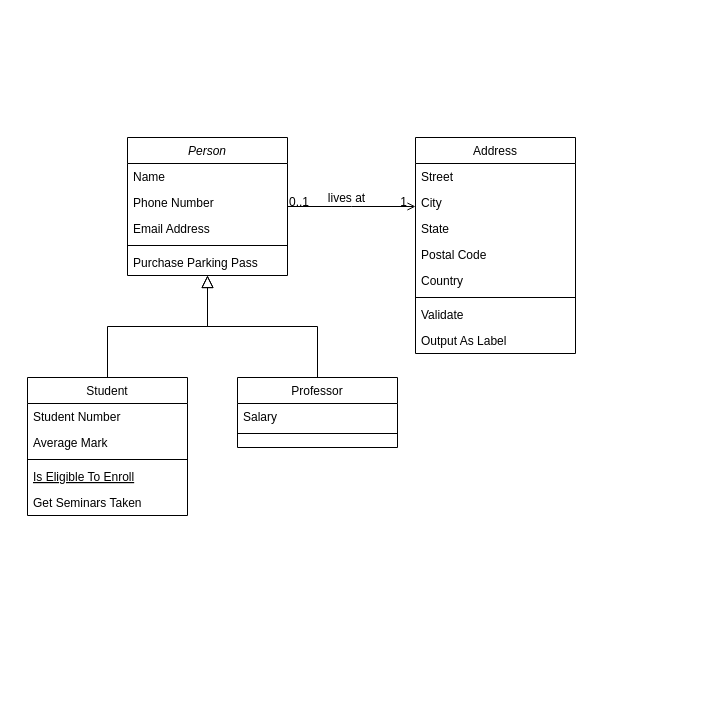
lileilai/MyBlog keeps this draw.io diagram as 未命名绘图.drawio. Above is the earlier version. Source tidied: cells renumbered, new cells numbered last; positions are measured from the earlier drawing's top-left corner, leaving out a move shared by most shapes. Both pictures are drawn from the tidied source at 100%, with x=0, y=0 at pixel (27, 137).
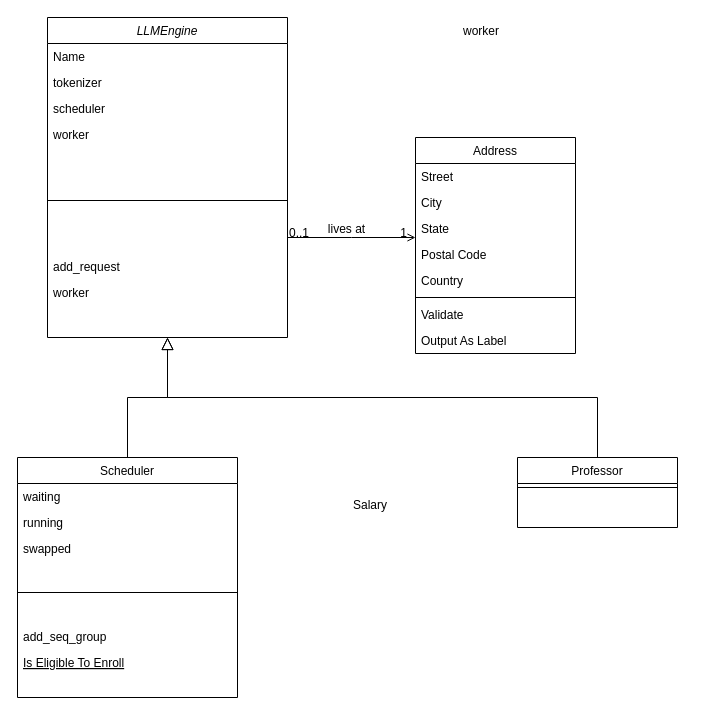
Above is the later version.

The edit, as a diff of the source:
```diff
@@
-    <mxCell id="2" value="Person" style="swimlane;fontStyle=2;align=center;verticalAlign=top;horizontal=1;startSize=26;rounded=0;shadow=0;strokeWidth=1;" parent="1" vertex="1">
-      <mxGeometry x="100" width="160" height="138" as="geometry" />
+    <mxCell id="2" value="LLMEngine" style="swimlane;fontStyle=2;align=center;verticalAlign=top;horizontal=1;startSize=26;rounded=0;shadow=0;strokeWidth=1;" parent="1" vertex="1">
+      <mxGeometry x="20" y="-120" width="240" height="320" as="geometry" />
     </mxCell>
     <mxCell id="3" value="Name" style="text;align=left;verticalAlign=top;spacingLeft=4;spacingRight=4;overflow=hidden;" parent="2" vertex="1">
-      <mxGeometry y="26" width="160" height="26" as="geometry" />
+      <mxGeometry y="26" width="240" height="26" as="geometry" />
     </mxCell>
-    <mxCell id="4" value="Phone Number" style="text;align=left;verticalAlign=top;spacingLeft=4;spacingRight=4;overflow=hidden;rounded=0;shadow=0;html=0;" parent="2" vertex="1">
-      <mxGeometry y="52" width="160" height="26" as="geometry" />
+    <mxCell id="4" value="tokenizer" style="text;align=left;verticalAlign=top;spacingLeft=4;spacingRight=4;overflow=hidden;rounded=0;shadow=0;html=0;" parent="2" vertex="1">
+      <mxGeometry y="52" width="240" height="26" as="geometry" />
     </mxCell>
-    <mxCell id="5" value="Email Address" style="text;align=left;verticalAlign=top;spacingLeft=4;spacingRight=4;overflow=hidden;rounded=0;shadow=0;html=0;" parent="2" vertex="1">
-      <mxGeometry y="78" width="160" height="26" as="geometry" />
+    <mxCell id="5" value="scheduler" style="text;align=left;verticalAlign=top;spacingLeft=4;spacingRight=4;overflow=hidden;rounded=0;shadow=0;html=0;" parent="2" vertex="1">
+      <mxGeometry y="78" width="240" height="26" as="geometry" />
     </mxCell>
+    <mxCell id="32" value="worker&#10;" style="text;align=left;verticalAlign=top;spacingLeft=4;spacingRight=4;overflow=hidden;rounded=0;shadow=0;html=0;" parent="2" vertex="1">
+      <mxGeometry y="104" width="240" height="26" as="geometry" />
+    </mxCell>
     <mxCell id="6" style="line;html=1;strokeWidth=1;align=left;verticalAlign=middle;spacingTop=-1;spacingLeft=3;spacingRight=3;labelPosition=right;" parent="2" vertex="1">
-      <mxGeometry y="104" width="160" height="8" as="geometry" />
+      <mxGeometry y="130" width="240" height="106" as="geometry" />
     </mxCell>
-    <mxCell id="7" value="Purchase Parking Pass" style="text;align=left;verticalAlign=top;spacingLeft=4;spacingRight=4;overflow=hidden;" parent="2" vertex="1">
-      <mxGeometry y="112" width="160" height="26" as="geometry" />
-    </mxCell>
+    <mxCell id="33" value="add_request" style="text;align=left;verticalAlign=top;spacingLeft=4;spacingRight=4;overflow=hidden;rounded=0;shadow=0;html=0;" parent="2" vertex="1">
+      <mxGeometry y="236" width="240" height="26" as="geometry" />
+    </mxCell>
+    <mxCell id="34" value="worker&#10;" style="text;align=left;verticalAlign=top;spacingLeft=4;spacingRight=4;overflow=hidden;rounded=0;shadow=0;html=0;" parent="2" vertex="1">
+      <mxGeometry y="262" width="240" height="26" as="geometry" />
+    </mxCell>
-    <mxCell id="8" value="Student" style="swimlane;fontStyle=0;align=center;verticalAlign=top;horizontal=1;startSize=26;rounded=0;shadow=0;strokeWidth=1;" parent="1" vertex="1">
-      <mxGeometry y="240" width="160" height="138" as="geometry" />
+    <mxCell id="8" value="Scheduler" style="swimlane;fontStyle=0;align=center;verticalAlign=top;horizontal=1;startSize=26;rounded=0;shadow=0;strokeWidth=1;" parent="1" vertex="1">
+      <mxGeometry x="-10" y="320" width="220" height="240" as="geometry" />
     </mxCell>
-    <mxCell id="9" value="Student Number" style="text;align=left;verticalAlign=top;spacingLeft=4;spacingRight=4;overflow=hidden;" parent="8" vertex="1">
-      <mxGeometry y="26" width="160" height="26" as="geometry" />
+    <mxCell id="9" value="waiting" style="text;align=left;verticalAlign=top;spacingLeft=4;spacingRight=4;overflow=hidden;" parent="8" vertex="1">
+      <mxGeometry y="26" width="220" height="26" as="geometry" />
     </mxCell>
-    <mxCell id="10" value="Average Mark" style="text;align=left;verticalAlign=top;spacingLeft=4;spacingRight=4;overflow=hidden;rounded=0;shadow=0;html=0;" parent="8" vertex="1">
-      <mxGeometry y="52" width="160" height="26" as="geometry" />
+    <mxCell id="10" value="running" style="text;align=left;verticalAlign=top;spacingLeft=4;spacingRight=4;overflow=hidden;rounded=0;shadow=0;html=0;" parent="8" vertex="1">
+      <mxGeometry y="52" width="220" height="26" as="geometry" />
     </mxCell>
+    <mxCell id="35" value="swapped" style="text;align=left;verticalAlign=top;spacingLeft=4;spacingRight=4;overflow=hidden;rounded=0;shadow=0;html=0;" parent="8" vertex="1">
+      <mxGeometry y="78" width="220" height="26" as="geometry" />
+    </mxCell>
     <mxCell id="11" style="line;html=1;strokeWidth=1;align=left;verticalAlign=middle;spacingTop=-1;spacingLeft=3;spacingRight=3;labelPosition=right;" parent="8" vertex="1">
-      <mxGeometry y="78" width="160" height="8" as="geometry" />
+      <mxGeometry y="104" width="220" height="62" as="geometry" />
     </mxCell>
+    <mxCell id="13" value="add_seq_group" style="text;align=left;verticalAlign=top;spacingLeft=4;spacingRight=4;overflow=hidden;" parent="8" vertex="1">
+      <mxGeometry y="166" width="220" height="26" as="geometry" />
+    </mxCell>
     <mxCell id="12" value="Is Eligible To Enroll" style="text;align=left;verticalAlign=top;spacingLeft=4;spacingRight=4;overflow=hidden;fontStyle=4;" parent="8" vertex="1">
-      <mxGeometry y="86" width="160" height="26" as="geometry" />
+      <mxGeometry y="192" width="220" height="48" as="geometry" />
     </mxCell>
-    <mxCell id="13" value="Get Seminars Taken" style="text;align=left;verticalAlign=top;spacingLeft=4;spacingRight=4;overflow=hidden;" parent="8" vertex="1">
-      <mxGeometry y="112" width="160" height="26" as="geometry" />
-    </mxCell>
@@
     <mxCell id="15" value="Professor" style="swimlane;fontStyle=0;align=center;verticalAlign=top;horizontal=1;startSize=26;rounded=0;shadow=0;strokeWidth=1;" parent="1" vertex="1">
-      <mxGeometry x="210" y="240" width="160" height="70" as="geometry" />
+      <mxGeometry x="490" y="320" width="160" height="70" as="geometry" />
     </mxCell>
-    <mxCell id="16" value="Salary" style="text;align=left;verticalAlign=top;spacingLeft=4;spacingRight=4;overflow=hidden;" parent="15" vertex="1">
-      <mxGeometry y="26" width="160" height="26" as="geometry" />
-    </mxCell>
     <mxCell id="17" style="line;html=1;strokeWidth=1;align=left;verticalAlign=middle;spacingTop=-1;spacingLeft=3;spacingRight=3;labelPosition=right;" parent="15" vertex="1">
-      <mxGeometry y="52" width="160" height="8" as="geometry" />
+      <mxGeometry y="26" width="160" height="8" as="geometry" />
     </mxCell>
@@
+    <mxCell id="36" value="worker&#10;" style="text;align=left;verticalAlign=top;spacingLeft=4;spacingRight=4;overflow=hidden;rounded=0;shadow=0;html=0;" parent="1" vertex="1">
+      <mxGeometry x="430" y="-120" width="240" height="26" as="geometry" />
+    </mxCell>
+    <mxCell id="16" value="Salary" style="text;align=left;verticalAlign=top;spacingLeft=4;spacingRight=4;overflow=hidden;" parent="1" vertex="1">
+      <mxGeometry x="320" y="354" width="160" height="26" as="geometry" />
+    </mxCell>
```
